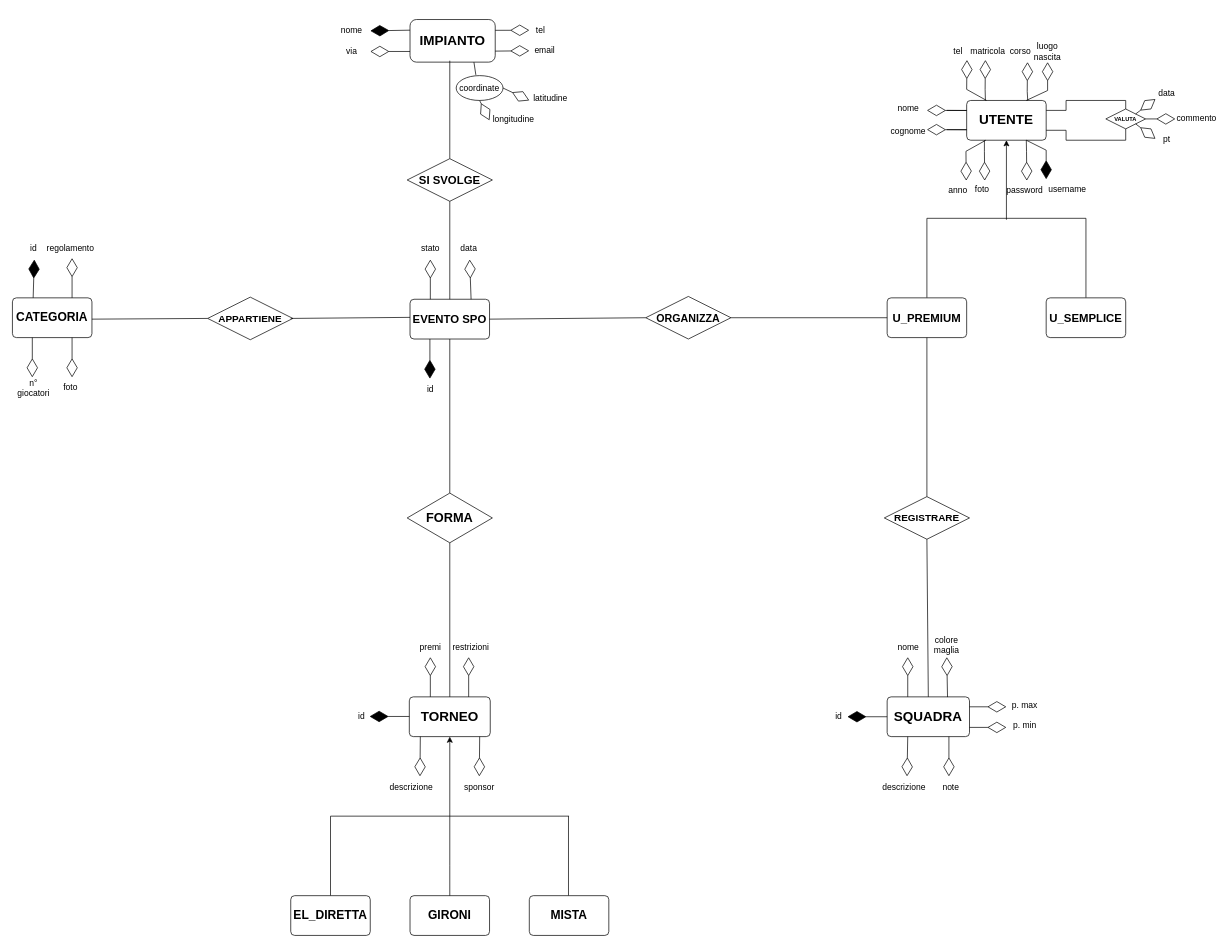
This is Project-EER.drawio from KintsuKayaba/UniGeSocialSport, a draw.io file, before an edit. Source tidied: cells renumbered, new cells numbered last; positions are measured from the earlier drawing's top-left corner, leaving out a move shared by most shapes. Both pictures are drawn from the tidied source at 71%, with x=0, y=0 at pixel (12, 19).
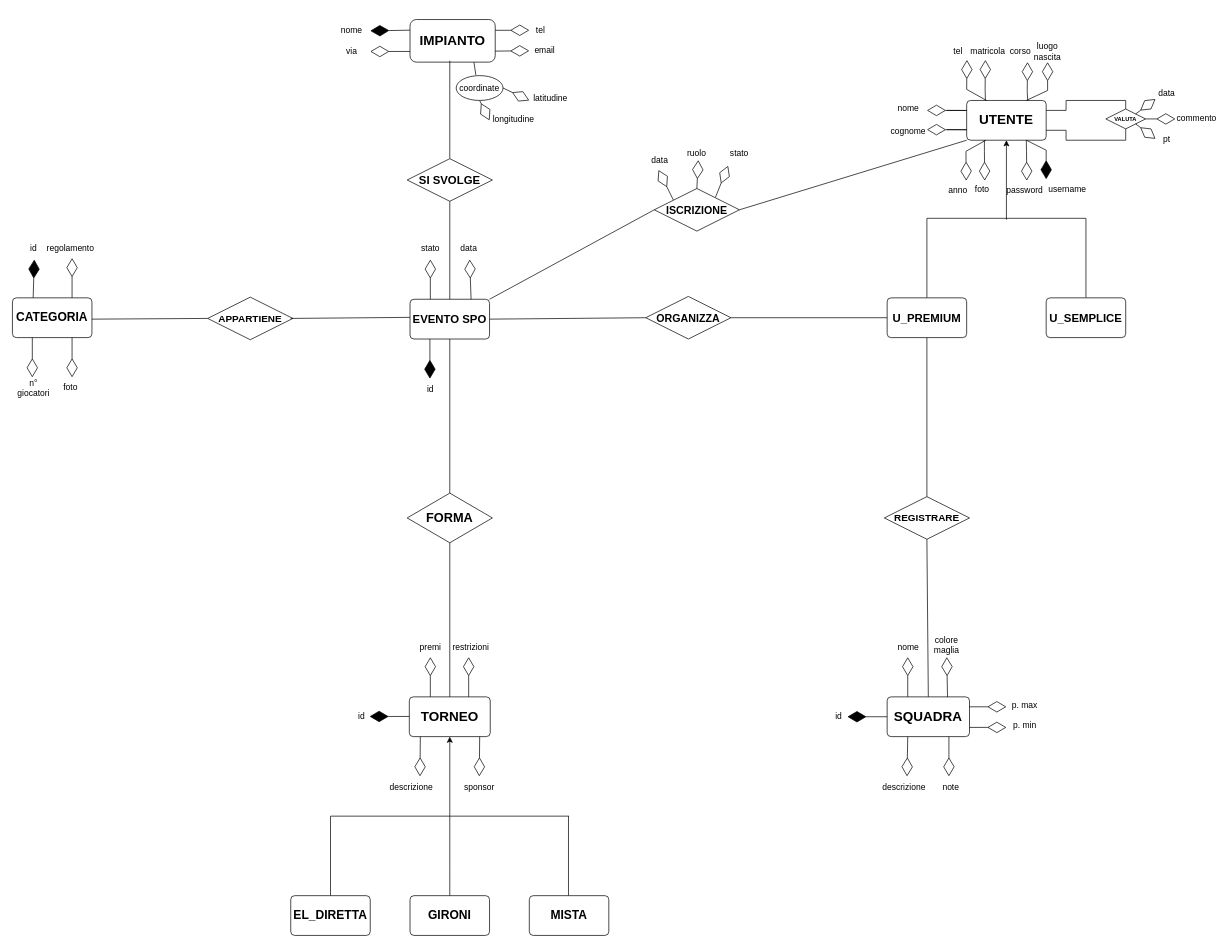
The same diagram, later.

Commit message:
relazione iscrizione

Unchanged cells that the change refers to:
```xml
<mxCell id="2" value="&lt;div style=&quot;text-align: justify;&quot;&gt;&lt;span style=&quot;background-color: initial;&quot;&gt;&lt;b style=&quot;&quot;&gt;&lt;font style=&quot;font-size: 19px;&quot;&gt;UTENTE&lt;/font&gt;&lt;/b&gt;&lt;/span&gt;&lt;/div&gt;" style="rounded=1;arcSize=10;whiteSpace=wrap;html=1;align=center;" parent="1" vertex="1">
  <mxGeometry x="1344" y="114" width="112" height="56" as="geometry" />
</mxCell>
<mxCell id="28" value="&lt;b&gt;&lt;font style=&quot;font-size: 16px;&quot;&gt;EVENTO SPO&lt;/font&gt;&lt;/b&gt;" style="rounded=1;arcSize=10;whiteSpace=wrap;html=1;align=center;" parent="1" vertex="1">
  <mxGeometry x="560" y="394" width="112" height="56" as="geometry" />
</mxCell>
```

The edit, as a diff of the source:
```diff
@@
+    <mxCell id="120" value="&lt;b&gt;&lt;font style=&quot;font-size: 15px;&quot;&gt;ISCRIZIONE&lt;/font&gt;&lt;/b&gt;" style="shape=rhombus;perimeter=rhombusPerimeter;whiteSpace=wrap;html=1;align=center;" parent="1" vertex="1">
+      <mxGeometry x="904" y="238" width="120" height="60" as="geometry" />
+    </mxCell>
+    <mxCell id="121" style="endArrow=none;html=1;rounded=0;entryX=0;entryY=1;entryDx=0;entryDy=0;exitX=1;exitY=0.5;exitDx=0;exitDy=0;" parent="1" edge="1" source="120" target="2">
+      <mxGeometry relative="1" as="geometry" />
+    </mxCell>
+    <mxCell id="122" style="endArrow=none;html=1;rounded=0;entryX=0;entryY=0.5;entryDx=0;entryDy=0;exitX=1;exitY=0;exitDx=0;exitDy=0;" parent="1" edge="1" source="28" target="120">
+      <mxGeometry relative="1" as="geometry" />
+    </mxCell>
+    <mxCell id="123" style="endArrow=diamondThin;endFill=0;endSize=24;html=1;rounded=0;exitX=0.224;exitY=0.269;exitDx=0;exitDy=0;exitPerimeter=0;" parent="1" edge="1" source="120">
+      <mxGeometry relative="1" as="geometry">
+        <mxPoint x="910" y="212" as="targetPoint" />
+      </mxGeometry>
+    </mxCell>
+    <mxCell id="124" style="endArrow=diamondThin;endFill=0;endSize=24;html=1;rounded=0;exitX=0.5;exitY=0;exitDx=0;exitDy=0;" parent="1" edge="1" source="120">
+      <mxGeometry relative="1" as="geometry">
+        <mxPoint x="966" y="198" as="targetPoint" />
+      </mxGeometry>
+    </mxCell>
+    <mxCell id="125" style="endArrow=diamondThin;endFill=0;endSize=24;html=1;rounded=0;exitX=0.718;exitY=0.207;exitDx=0;exitDy=0;exitPerimeter=0;" parent="1" edge="1" source="120">
+      <mxGeometry relative="1" as="geometry">
+        <mxPoint x="1008" y="206" as="targetPoint" />
+      </mxGeometry>
+    </mxCell>
+    <mxCell id="126" value="ruolo" style="text;html=1;align=center;verticalAlign=middle;whiteSpace=wrap;rounded=0;" parent="1" vertex="1">
+      <mxGeometry x="934" y="174" width="60" height="30" as="geometry" />
+    </mxCell>
+    <mxCell id="127" value="data" style="text;html=1;align=center;verticalAlign=middle;whiteSpace=wrap;rounded=0;" parent="1" vertex="1">
+      <mxGeometry x="882" y="184" width="60" height="30" as="geometry" />
+    </mxCell>
+    <mxCell id="128" value="stato" style="text;html=1;align=center;verticalAlign=middle;whiteSpace=wrap;rounded=0;" parent="1" vertex="1">
+      <mxGeometry x="994" y="174" width="60" height="30" as="geometry" />
+    </mxCell>
```
